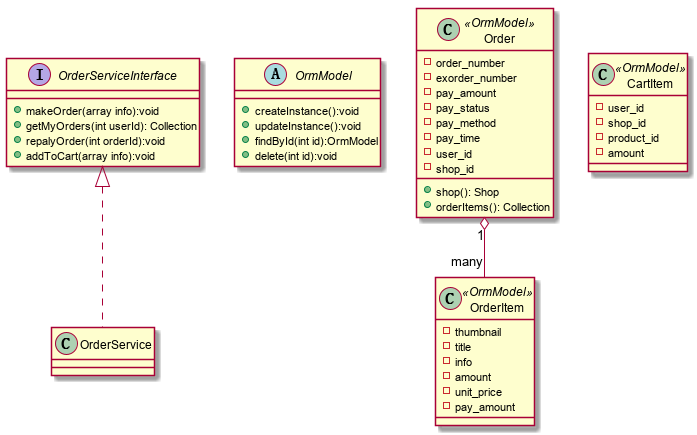
Earlier version of the PlantUML export docs/Order-class.png (rockysynergy/laravel-yacommerce). Its diagram source:
```plantuml
@startuml Order-class
Interface OrderServiceInterface {
    +makeOrder(array info):void
    +getMyOrders(int userId): Collection
    +repalyOrder(int orderId):void
    +addToCart(array info):void
}


abstract OrmModel {
    +createInstance():void
    +updateInstance():void
    +findById(int id):OrmModel
    +delete(int id):void
}
class Order <<OrmModel>> {
    -order_number
    -exorder_number
    -pay_amount
    -pay_status
    -pay_method
    -pay_time
    -user_id
    -shop_id
    +shop(): Shop
    +orderItems(): Collection
}
class OrderItem <<OrmModel>> {
    -thumbnail
    -title
    -info
    -amount
    -unit_price
    -pay_amount
}
class CartItem <<OrmModel>> {
    -user_id
    -shop_id
    -product_id
    -amount
}

OrderServiceInterface <|.. OrderService
Order "1" o-- "many" OrderItem
@enduml
```
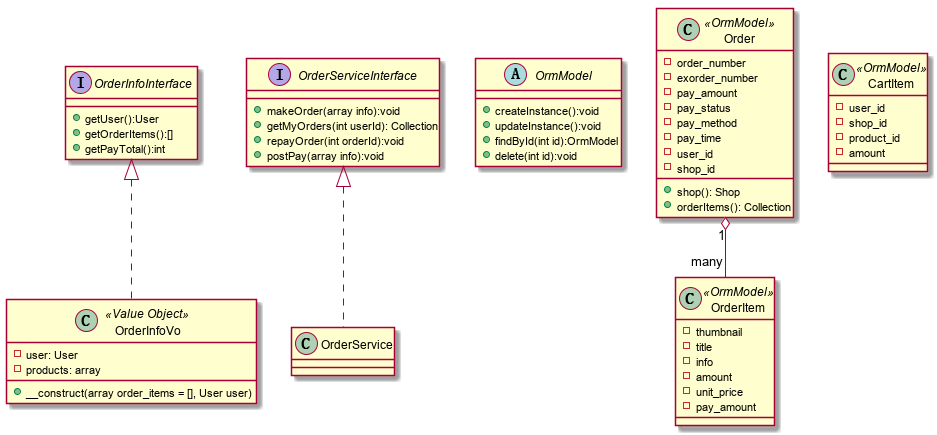
Above is the later version.

The edit, as a diff of the source:
```diff
@@ -1,9 +1,21 @@
 @startuml Order-class
+Interface OrderInfoInterface {
+    +getUser():User
+    +getOrderItems():[]
+    +getPayTotal():int
+}
+
+Class OrderInfoVo <<Value Object>> {
+    -user: User
+    -products: array
+    +__construct(array order_items = [], User user)
+}
+
 Interface OrderServiceInterface {
     +makeOrder(array info):void
     +getMyOrders(int userId): Collection
-    +repalyOrder(int orderId):void
-    +addToCart(array info):void
+    +repayOrder(int orderId):void
+    +postPay(array info):void
 }
 
 
@@ -42,4 +54,5 @@
 
 OrderServiceInterface <|.. OrderService
 Order "1" o-- "many" OrderItem
+OrderInfoInterface <|.. OrderInfoVo
 @enduml
```
